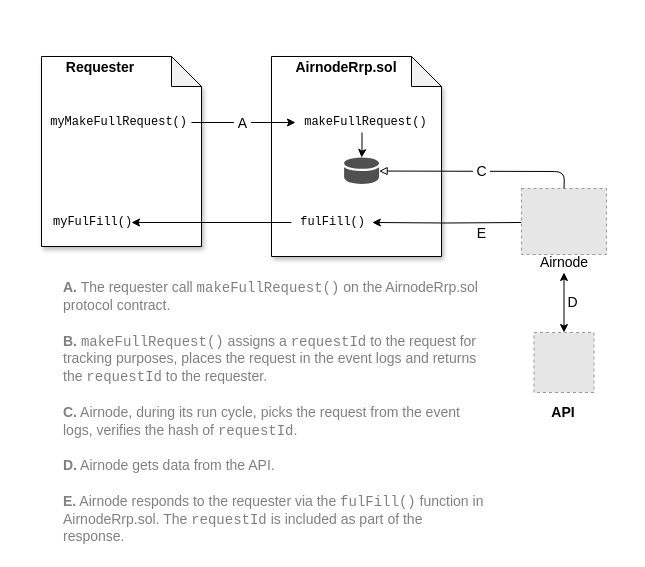
The draw.io diagram docs/airnode/next/assets/diagrams/concepts-request.drawio in api3dao/old-api3-docs, before the edit. Source tidied: cells renumbered, new cells numbered last; positions are measured from the earlier drawing's top-left corner, leaving out a move shared by most shapes. Both pictures are drawn from the tidied source at 100%, with x=0, y=0 at pixel (41, 56). Pictures stored in the file or linked from it are replaced by grey dashed boxes.
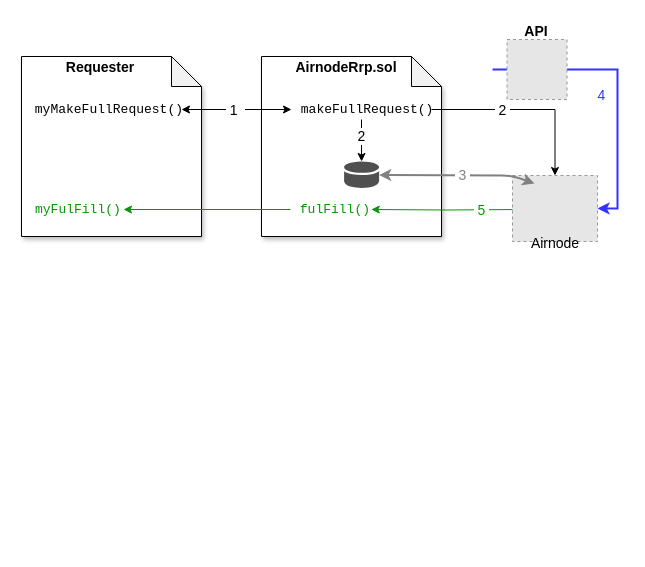
Above is the later version.

The change refers to these unchanged cells:
```xml
<mxCell id="5" style="edgeStyle=orthogonalEdgeStyle;rounded=0;jettySize=auto;html=1;" parent="1" edge="1" source="6" target="25">
  <mxGeometry relative="1" as="geometry" />
</mxCell>
```

What changed in the source:
```diff
@@
     <mxCell id="2" style="shape=note;whiteSpace=wrap;html=1;backgroundOutline=1;darkOpacity=0.05;align=left;shadow=1;" parent="1" vertex="1">
-      <mxGeometry width="160" height="190" as="geometry" />
+      <mxGeometry x="-20" width="180" height="180" as="geometry" />
     </mxCell>
     <mxCell id="3" style="shape=note;whiteSpace=wrap;html=1;backgroundOutline=1;darkOpacity=0.05;align=left;shadow=1;" parent="1" vertex="1">
-      <mxGeometry x="230" width="170" height="200" as="geometry" />
+      <mxGeometry x="220" width="180" height="180" as="geometry" />
     </mxCell>
@@
+    <mxCell id="26" value="&lt;font style=&quot;font-size: 14px&quot; color=&quot;#000000&quot;&gt;&amp;nbsp;2&amp;nbsp;&lt;/font&gt;" style="edgeLabel;html=1;align=center;verticalAlign=middle;fontColor=#009900;" parent="5" vertex="1">
+      <mxGeometry x="-0.36" y="1" relative="1" as="geometry">
+        <mxPoint x="-2" y="3" as="offset" />
+      </mxGeometry>
+    </mxCell>
+    <mxCell id="27" style="edgeStyle=orthogonalEdgeStyle;rounded=0;jettySize=auto;html=1;fontColor=#009900;startArrow=none;startFill=0;endArrow=classic;endFill=1;strokeColor=#000000;strokeWidth=1;entryX=0.5;entryY=0;entryDx=0;entryDy=0;exitX=1;exitY=0.5;exitDx=0;exitDy=0;" parent="1" edge="1" source="6" target="13">
+      <mxGeometry relative="1" as="geometry" />
+    </mxCell>
+    <mxCell id="28" value="&lt;font color=&quot;#000000&quot;&gt;&lt;span style=&quot;font-size: 14px&quot;&gt;&amp;nbsp;2&amp;nbsp;&lt;/span&gt;&lt;/font&gt;" style="edgeLabel;html=1;align=center;verticalAlign=middle;fontColor=#009900;" parent="27" vertex="1">
+      <mxGeometry x="-0.26" relative="1" as="geometry" />
+    </mxCell>
-    <mxCell id="6" value="&lt;font style=&quot;font-size: 12px&quot;&gt;&amp;nbsp;makeFullRequest()&lt;/font&gt;" style="text;html=1;strokeColor=none;fillColor=none;align=left;verticalAlign=middle;whiteSpace=wrap;rounded=0;shadow=1;fontFamily=Courier New;" parent="1" vertex="1">
-      <mxGeometry x="254" y="56" width="133" height="20" as="geometry" />
+    <mxCell id="6" value="&lt;font size=&quot;1&quot;&gt;&lt;span style=&quot;font-size: 13px&quot;&gt;&amp;nbsp;makeFullRequest()&lt;/span&gt;&lt;/font&gt;" style="text;html=1;strokeColor=none;fillColor=none;align=left;verticalAlign=middle;whiteSpace=wrap;rounded=0;shadow=1;fontFamily=Courier New;" parent="1" vertex="1">
+      <mxGeometry x="250" y="43" width="140" height="20" as="geometry" />
     </mxCell>
-    <mxCell id="7" value="&lt;font style=&quot;font-size: 14px&quot; color=&quot;#808080&quot;&gt;&lt;font face=&quot;Helvetica&quot; style=&quot;font-size: 14px&quot;&gt;&lt;b&gt;A.&lt;/b&gt; The requester call&amp;nbsp;&lt;/font&gt;&lt;font style=&quot;font-size: 14px&quot;&gt;makeFullRequest()&lt;/font&gt;&lt;font face=&quot;Helvetica&quot; style=&quot;font-size: 14px&quot;&gt;&amp;nbsp;on the AirnodeRrp.sol protocol contract.&lt;br&gt;&lt;br&gt;&lt;b&gt;B.&lt;/b&gt; &lt;/font&gt;&lt;font style=&quot;font-size: 14px&quot;&gt;makeFullRequest()&lt;/font&gt;&lt;font face=&quot;Helvetica&quot; style=&quot;font-size: 14px&quot;&gt; assigns a &lt;/font&gt;&lt;font style=&quot;font-size: 14px&quot;&gt;requestId&lt;/font&gt;&lt;font face=&quot;Helvetica&quot; style=&quot;font-size: 14px&quot;&gt; to the request for tracking purposes, places the request in the event logs and returns the &lt;/font&gt;&lt;font style=&quot;font-size: 14px&quot;&gt;requestId&lt;/font&gt;&lt;font face=&quot;Helvetica&quot; style=&quot;font-size: 14px&quot;&gt; to the requester.&lt;br&gt;&lt;br&gt;&lt;b&gt;C.&lt;/b&gt; Airnode, during its run cycle, picks the request from the event logs,&amp;nbsp;&lt;/font&gt;&lt;font style=&quot;font-size: 14px&quot;&gt;&lt;font face=&quot;Helvetica&quot; style=&quot;font-size: 14px&quot;&gt;verifies the hash of &lt;/font&gt;requestId&lt;/font&gt;&lt;font face=&quot;Helvetica&quot; style=&quot;font-size: 14px&quot;&gt;.&lt;br&gt;&lt;br&gt;&lt;b&gt;D.&lt;/b&gt; Airnode gets data from the API.&lt;br&gt;&lt;br&gt;&lt;b&gt;E.&lt;/b&gt; Airnode responds to the requester via the &lt;/font&gt;&lt;font style=&quot;font-size: 14px&quot;&gt;fulFill()&lt;/font&gt;&lt;font face=&quot;Helvetica&quot; style=&quot;font-size: 14px&quot;&gt; function in AirnodeRrp.sol. The &lt;/font&gt;&lt;font style=&quot;font-size: 14px&quot;&gt;requestId&lt;/font&gt;&lt;/font&gt;&lt;font face=&quot;Helvetica&quot; style=&quot;font-size: 14px&quot;&gt;&lt;font style=&quot;font-size: 14px&quot; color=&quot;#808080&quot;&gt; is included as part of the response.&lt;/font&gt;&lt;br&gt;&lt;/font&gt;" style="text;html=1;strokeColor=none;fillColor=none;align=left;verticalAlign=middle;whiteSpace=wrap;rounded=0;shadow=1;fontFamily=Courier New;" parent="1" vertex="1">
-      <mxGeometry x="19.8" y="226" width="423" height="260" as="geometry" />
-    </mxCell>
-    <mxCell id="8" value="myFulFill()" style="text;html=1;strokeColor=none;fillColor=none;align=left;verticalAlign=middle;whiteSpace=wrap;rounded=0;shadow=1;fontFamily=Courier New;" parent="1" vertex="1">
-      <mxGeometry x="10" y="156" width="80" height="20" as="geometry" />
+    <mxCell id="8" value="&lt;font color=&quot;#009900&quot; size=&quot;1&quot;&gt;&lt;span style=&quot;font-size: 13px&quot;&gt;myFulFill()&lt;/span&gt;&lt;/font&gt;" style="text;html=1;strokeColor=none;fillColor=none;align=left;verticalAlign=middle;whiteSpace=wrap;rounded=0;shadow=1;fontFamily=Courier New;" parent="1" vertex="1">
+      <mxGeometry x="-8" y="143" width="90" height="20" as="geometry" />
     </mxCell>
-    <mxCell id="9" value="&amp;nbsp;fulFill()&amp;nbsp;" style="text;html=1;strokeColor=none;fillColor=none;align=left;verticalAlign=middle;whiteSpace=wrap;rounded=0;shadow=1;fontFamily=Courier New;" parent="1" vertex="1">
-      <mxGeometry x="250" y="156" width="80.8" height="20" as="geometry" />
+    <mxCell id="9" value="&lt;font color=&quot;#009900&quot; size=&quot;1&quot;&gt;&lt;span style=&quot;font-size: 13px&quot;&gt;&amp;nbsp;fulFill()&amp;nbsp;&lt;/span&gt;&lt;/font&gt;" style="text;html=1;strokeColor=none;fillColor=none;align=left;verticalAlign=middle;whiteSpace=wrap;rounded=0;shadow=1;fontFamily=Courier New;" parent="1" vertex="1">
+      <mxGeometry x="249" y="143" width="80.8" height="20" as="geometry" />
     </mxCell>
-    <mxCell id="10" style="endArrow=classic;html=1;fontFamily=Helvetica;strokeWidth=1;exitX=0;exitY=0.5;exitDx=0;exitDy=0;entryX=1;entryY=0.5;entryDx=0;entryDy=0;" parent="1" edge="1" source="9" target="8">
+    <mxCell id="10" style="endArrow=classic;html=1;fontFamily=Helvetica;strokeWidth=1;exitX=0;exitY=0.5;exitDx=0;exitDy=0;entryX=1;entryY=0.5;entryDx=0;entryDy=0;fontColor=#009900;strokeColor=#009900;" parent="1" edge="1" source="9" target="8">
       <mxGeometry relative="1" as="geometry" />
     </mxCell>
-    <mxCell id="11" style="edgeStyle=orthogonalEdgeStyle;rounded=0;jettySize=auto;html=1;entryX=1;entryY=0.5;entryDx=0;entryDy=0;" parent="1" edge="1" target="9">
+    <mxCell id="11" style="edgeStyle=orthogonalEdgeStyle;rounded=0;jettySize=auto;html=1;entryX=1;entryY=0.5;entryDx=0;entryDy=0;fontColor=#009900;strokeColor=#009900;strokeWidth=1;" parent="1" edge="1" target="9">
       <mxGeometry relative="1" as="geometry">
-        <mxPoint x="480" y="166" as="sourcePoint" />
+        <mxPoint x="480" y="153" as="sourcePoint" />
       </mxGeometry>
     </mxCell>
-    <mxCell id="12" value="&lt;font style=&quot;font-size: 14px&quot;&gt;E&lt;/font&gt;" style="edgeLabel;html=1;align=center;verticalAlign=middle;fontSize=12;" parent="11" vertex="1">
+    <mxCell id="12" value="&lt;span style=&quot;font-size: 14px&quot;&gt;&lt;font color=&quot;#009900&quot;&gt;&amp;nbsp;5&amp;nbsp;&lt;/font&gt;&lt;/span&gt;" style="edgeLabel;html=1;align=center;verticalAlign=middle;fontSize=12;" parent="11" vertex="1">
       <mxGeometry x="-0.45" y="1" relative="1" as="geometry">
-        <mxPoint y="9" as="offset" />
+        <mxPoint y="-1" as="offset" />
       </mxGeometry>
     </mxCell>
     <mxCell id="13" style="fillColor=#E6E6E6;strokeColor=#999999;dashed=1;verticalLabelPosition=bottom;labelBackgroundColor=#ffffff;verticalAlign=top;" parent="1" vertex="1">
-      <mxGeometry x="480" y="132" width="85" height="66" as="geometry" />
+      <mxGeometry x="471" y="119" width="85" height="66" as="geometry" />
     </mxCell>
-    <mxCell id="14" style="edgeStyle=orthogonalEdgeStyle;rounded=0;jettySize=auto;html=1;entryX=1;entryY=0.5;entryDx=0;entryDy=0;fontSize=12;startArrow=classic;startFill=1;endArrow=classic;endFill=1;" parent="1" edge="1" source="16" target="23">
+    <mxCell id="14" style="edgeStyle=orthogonalEdgeStyle;rounded=0;jettySize=auto;html=1;fontSize=12;startArrow=classic;startFill=1;endArrow=classic;endFill=1;strokeColor=#3333FF;strokeWidth=2;entryX=0.5;entryY=1;entryDx=0;entryDy=0;exitX=1;exitY=0.5;exitDx=0;exitDy=0;" parent="1" edge="1" source="13" target="23">
       <mxGeometry relative="1" as="geometry" />
     </mxCell>
-    <mxCell id="15" value="&lt;font style=&quot;font-size: 14px&quot;&gt;D&lt;/font&gt;" style="edgeLabel;html=1;align=center;verticalAlign=middle;fontSize=12;" parent="14" vertex="1">
+    <mxCell id="15" value="&lt;span style=&quot;font-size: 14px&quot;&gt;&lt;font color=&quot;#3333ff&quot;&gt;&amp;nbsp;4&amp;nbsp;&lt;/font&gt;&lt;/span&gt;" style="edgeLabel;html=1;align=center;verticalAlign=middle;fontSize=12;" parent="14" vertex="1">
       <mxGeometry x="-0.03" y="2" relative="1" as="geometry">
-        <mxPoint x="6" as="offset" />
+        <mxPoint x="-2" y="23" as="offset" />
       </mxGeometry>
     </mxCell>
     <mxCell id="16" value="&lt;font style=&quot;font-size: 14px&quot;&gt;Airnode&lt;/font&gt;" style="text;html=1;strokeColor=none;fillColor=none;align=center;verticalAlign=middle;whiteSpace=wrap;rounded=0;shadow=1;fontFamily=Helvetica;" parent="1" vertex="1">
-      <mxGeometry x="502.5" y="196" width="40" height="20" as="geometry" />
+      <mxGeometry x="493.5" y="177" width="40" height="20" as="geometry" />
     </mxCell>
@@
-    <mxCell id="18" value="&amp;nbsp;myMakeFullRequest()" style="text;html=1;strokeColor=none;fillColor=none;align=left;verticalAlign=middle;whiteSpace=wrap;rounded=0;shadow=1;fontFamily=Courier New;" parent="1" vertex="1">
-      <mxGeometry y="56" width="150" height="20" as="geometry" />
+    <mxCell id="18" value="&lt;font style=&quot;font-size: 13px&quot;&gt;&amp;nbsp;myMakeFullRequest()&lt;/font&gt;" style="text;html=1;strokeColor=none;fillColor=none;align=left;verticalAlign=middle;whiteSpace=wrap;rounded=0;shadow=1;fontFamily=Courier New;" parent="1" vertex="1">
+      <mxGeometry x="-15.9" y="43" width="155.9" height="20" as="geometry" />
     </mxCell>
-    <mxCell id="19" style="edgeStyle=orthogonalEdgeStyle;rounded=0;jettySize=auto;html=1;entryX=0;entryY=0.5;entryDx=0;entryDy=0;exitX=1;exitY=0.5;exitDx=0;exitDy=0;" parent="1" edge="1" source="18" target="6">
+    <mxCell id="19" style="edgeStyle=orthogonalEdgeStyle;rounded=0;jettySize=auto;html=1;entryX=0;entryY=0.5;entryDx=0;entryDy=0;exitX=1;exitY=0.5;exitDx=0;exitDy=0;strokeWidth=1;startArrow=classic;startFill=1;" parent="1" edge="1" source="18" target="6">
       <mxGeometry relative="1" as="geometry" />
     </mxCell>
-    <mxCell id="20" value="&lt;span style=&quot;font-weight: normal&quot;&gt;&lt;font style=&quot;font-size: 14px&quot;&gt;&amp;nbsp;A&amp;nbsp;&lt;/font&gt;&lt;/span&gt;" style="edgeLabel;html=1;align=center;verticalAlign=middle;fontSize=12;fontStyle=1;" parent="19" vertex="1">
+    <mxCell id="20" value="&lt;span style=&quot;font-size: 14px ; font-weight: 400&quot;&gt;&amp;nbsp;1&amp;nbsp;&amp;nbsp;&lt;/span&gt;" style="edgeLabel;html=1;align=center;verticalAlign=middle;fontSize=12;fontStyle=1;" parent="19" vertex="1">
       <mxGeometry x="0.02" y="1" relative="1" as="geometry">
         <mxPoint x="-3" y="1" as="offset" />
       </mxGeometry>
     </mxCell>
-    <mxCell id="21" style="endArrow=block;html=1;exitX=0.5;exitY=0;exitDx=0;exitDy=0;endFill=0;" parent="1" edge="1" source="13" target="25">
+    <mxCell id="21" style="endArrow=classic;html=1;endFill=1;startArrow=classic;startFill=1;strokeWidth=2;strokeColor=#808080;" parent="1" edge="1" target="25">
       <mxGeometry relative="1" as="geometry">
+        <mxPoint x="493" y="127" as="sourcePoint" />
         <Array as="points">
-          <mxPoint x="523" y="115" />
+          <mxPoint x="470" y="119" />
         </Array>
       </mxGeometry>
     </mxCell>
-    <mxCell id="22" value="&lt;font style=&quot;font-size: 14px&quot;&gt;&amp;nbsp;C&amp;nbsp;&lt;/font&gt;" style="edgeLabel;html=1;align=center;verticalAlign=middle;fontSize=12;" parent="21" vertex="1">
+    <mxCell id="22" value="&lt;span style=&quot;font-size: 14px&quot;&gt;&lt;font color=&quot;#808080&quot;&gt;&amp;nbsp;3&amp;nbsp;&lt;/font&gt;&lt;/span&gt;" style="edgeLabel;html=1;align=center;verticalAlign=middle;fontSize=12;" parent="21" vertex="1">
       <mxGeometry x="-0.06" y="-1" relative="1" as="geometry">
-        <mxPoint x="-6" y="1" as="offset" />
+        <mxPoint y="1" as="offset" />
       </mxGeometry>
     </mxCell>
     <mxCell id="23" style="fillColor=#E6E6E6;strokeColor=#999999;dashed=1;verticalLabelPosition=bottom;labelBackgroundColor=#ffffff;verticalAlign=top;rotation=-90;" parent="1" vertex="1">
-      <mxGeometry x="492.5" y="276" width="60" height="60" as="geometry" />
+      <mxGeometry x="465.5" y="-17" width="60" height="60" as="geometry" />
     </mxCell>
     <mxCell id="24" value="&lt;b&gt;&lt;font style=&quot;font-size: 14px&quot;&gt;API&lt;/font&gt;&lt;/b&gt;" style="text;html=1;strokeColor=none;fillColor=none;align=center;verticalAlign=middle;whiteSpace=wrap;rounded=0;shadow=1;" parent="1" vertex="1">
-      <mxGeometry x="467.4" y="346" width="110.2" height="20" as="geometry" />
+      <mxGeometry x="440.4" y="-35" width="110.2" height="20" as="geometry" />
     </mxCell>
     <mxCell id="25" style="sketch=0;shadow=0;dashed=0;html=1;strokeColor=none;fillColor=#505050;labelPosition=center;verticalLabelPosition=bottom;verticalAlign=top;outlineConnect=0;align=center;shape=mxgraph.office.databases.database_mini_1;" parent="1" vertex="1">
-      <mxGeometry x="302.6" y="101" width="35" height="27" as="geometry" />
+      <mxGeometry x="302.6" y="105" width="35" height="27" as="geometry" />
     </mxCell>
```
